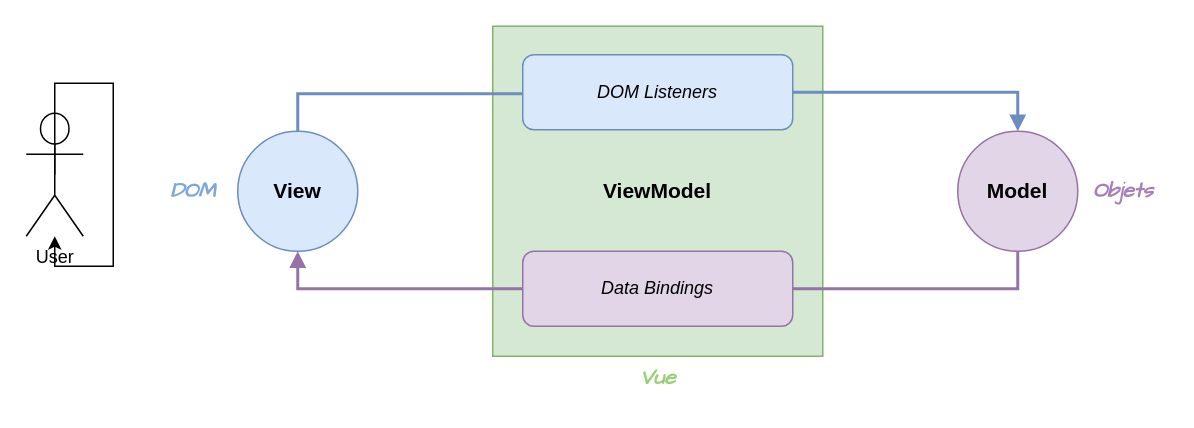
Earlier version of the draw.io diagram Diagramme sans nom.drawio (Mat-gif/TER_Gsociety). Source tidied: cells renumbered, new cells numbered last; positions are measured from the earlier drawing's top-left corner, leaving out a move shared by most shapes. Both pictures are drawn from the tidied source at 150%, with x=0, y=0 at pixel (26, 26).
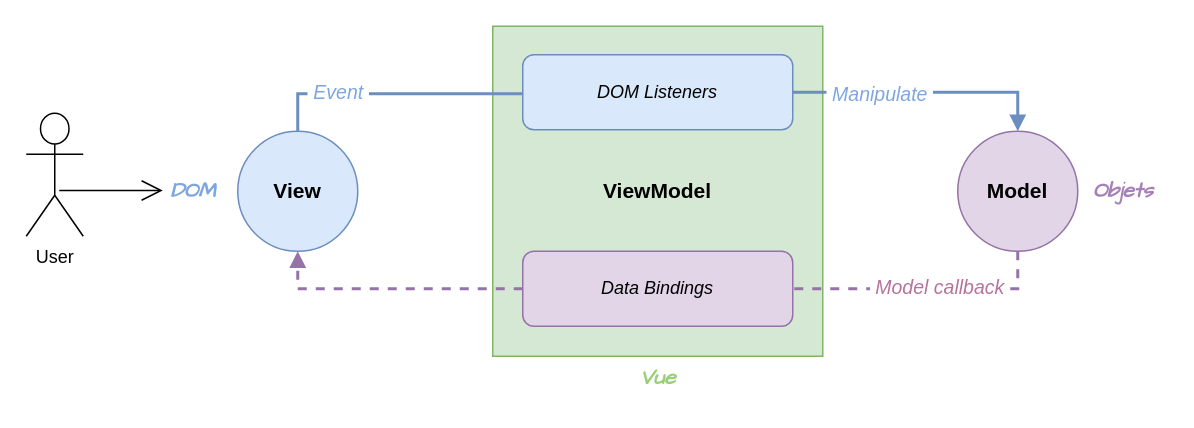
The same diagram, later.

Commit message:
Mettre à jour Diagramme sans nom.drawio

The change refers to these unchanged cells:
```xml
<mxCell id="3" style="edgeStyle=orthogonalEdgeStyle;rounded=0;jettySize=auto;html=1;entryX=0.5;entryY=0;entryDx=0;entryDy=0;strokeWidth=2;endArrow=block;endFill=1;fillColor=#dae8fc;strokeColor=#6c8ebf;exitX=1;exitY=0.5;exitDx=0;exitDy=0;" parent="1" edge="1" source="4" target="9">
  <mxGeometry relative="1" as="geometry">
    <Array as="points">
      <mxPoint x="661" y="44" />
    </Array>
  </mxGeometry>
</mxCell>
<mxCell id="6" value="&lt;i&gt;Data Bindings&lt;/i&gt;" style="rounded=1;whiteSpace=wrap;html=1;fillColor=#e1d5e7;strokeColor=#9673a6;" parent="1" vertex="1">
  <mxGeometry x="331" y="150" width="180" height="50" as="geometry" />
</mxCell>
<mxCell id="9" value="&lt;b&gt;&lt;font style=&quot;font-size: 14px;&quot;&gt;Model&lt;/font&gt;&lt;/b&gt;" style="ellipse;whiteSpace=wrap;html=1;fillColor=#e1d5e7;strokeColor=#9673a6;" parent="1" vertex="1">
  <mxGeometry x="621" y="70" width="80" height="80" as="geometry" />
</mxCell>
<mxCell id="10" style="edgeStyle=orthogonalEdgeStyle;rounded=0;jettySize=auto;html=1;exitX=0.5;exitY=0;exitDx=0;exitDy=0;endArrow=none;endFill=0;strokeWidth=2;fillColor=#dae8fc;strokeColor=#6c8ebf;" parent="1" edge="1" source="11" target="4">
  <mxGeometry relative="1" as="geometry">
    <Array as="points">
      <mxPoint x="181" y="45" />
    </Array>
  </mxGeometry>
</mxCell>
<mxCell id="11" value="&lt;b&gt;&lt;font style=&quot;font-size: 14px;&quot;&gt;View&lt;/font&gt;&lt;/b&gt;" style="ellipse;whiteSpace=wrap;html=1;fillColor=#dae8fc;strokeColor=#6c8ebf;" parent="1" vertex="1">
  <mxGeometry x="141" y="70" width="80" height="80" as="geometry" />
</mxCell>
<mxCell id="15" value="User" style="shape=umlActor;verticalLabelPosition=bottom;verticalAlign=top;html=1;" parent="1" vertex="1">
  <mxGeometry y="58" width="38" height="82" as="geometry" />
</mxCell>
```

The edit, as a diff of the source:
```diff
@@
+    <mxCell id="17" value="&amp;nbsp;Manipulate&amp;nbsp;" style="edgeLabel;html=1;align=center;verticalAlign=middle;fontSize=13;fontStyle=2;fontColor=#7EA6E0;" parent="3" vertex="1">
+      <mxGeometry x="-0.47" y="-5" relative="1" as="geometry">
+        <mxPoint x="10" y="-5" as="offset" />
+      </mxGeometry>
+    </mxCell>
@@
-    <mxCell id="5" style="edgeStyle=orthogonalEdgeStyle;rounded=0;jettySize=auto;html=1;entryX=0.5;entryY=1;entryDx=0;entryDy=0;strokeWidth=2;endArrow=block;endFill=1;fillColor=#e1d5e7;strokeColor=#9673a6;" parent="1" edge="1" source="6" target="11">
+    <mxCell id="5" style="edgeStyle=orthogonalEdgeStyle;rounded=0;jettySize=auto;html=1;entryX=0.5;entryY=1;entryDx=0;entryDy=0;strokeWidth=2;endArrow=block;endFill=1;fillColor=#e1d5e7;strokeColor=#9673a6;dashed=1;" parent="1" edge="1" source="6" target="11">
       <mxGeometry relative="1" as="geometry">
         <Array as="points">
           <mxPoint x="181" y="175" />
         </Array>
       </mxGeometry>
     </mxCell>
@@
-    <mxCell id="8" style="edgeStyle=orthogonalEdgeStyle;rounded=0;jettySize=auto;html=1;endArrow=none;endFill=0;strokeWidth=2;fillColor=#e1d5e7;strokeColor=#9673a6;entryX=1;entryY=0.5;entryDx=0;entryDy=0;" parent="1" edge="1" source="9" target="6">
+    <mxCell id="8" style="edgeStyle=orthogonalEdgeStyle;rounded=0;jettySize=auto;html=1;endArrow=none;endFill=0;strokeWidth=2;fillColor=#e1d5e7;strokeColor=#9673a6;entryX=1;entryY=0.5;entryDx=0;entryDy=0;dashed=1;" parent="1" edge="1" source="9" target="6">
       <mxGeometry relative="1" as="geometry">
         <Array as="points">
           <mxPoint x="661" y="175" />
         </Array>
       </mxGeometry>
     </mxCell>
+    <mxCell id="18" value="&amp;nbsp;Model callback&amp;nbsp;" style="edgeLabel;html=1;align=center;verticalAlign=middle;fontSize=13;fontStyle=2;fontColor=#B5739D;" parent="8" vertex="1">
+      <mxGeometry x="-0.11" y="-2" relative="1" as="geometry" />
+    </mxCell>
@@
+    <mxCell id="19" value="&amp;nbsp;Event&amp;nbsp;" style="edgeLabel;html=1;align=center;verticalAlign=middle;fontSize=13;fontStyle=2;fontColor=#7EA6E0;" parent="10" vertex="1">
+      <mxGeometry x="-0.47" y="2" relative="1" as="geometry">
+        <mxPoint x="5" as="offset" />
+      </mxGeometry>
+    </mxCell>
@@
-    <mxCell id="16" style="edgeStyle=orthogonalEdgeStyle;rounded=0;orthogonalLoop=1;jettySize=auto;html=1;exitX=0.5;exitY=0.5;exitDx=0;exitDy=0;exitPerimeter=0;" parent="1" edge="1" source="15" target="15">
-      <mxGeometry relative="1" as="geometry" />
-    </mxCell>
+    <mxCell id="20" style="endArrow=open;endFill=1;endSize=12;html=1;rounded=0;" parent="1" edge="1">
+      <mxGeometry relative="1" as="geometry">
+        <mxPoint x="22" y="109.5" as="sourcePoint" />
+        <mxPoint x="91" y="109.5" as="targetPoint" />
+      </mxGeometry>
+    </mxCell>
```
